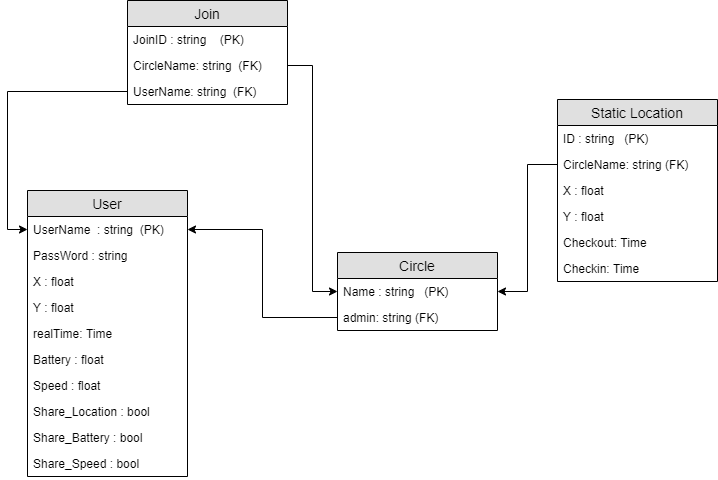
Earlier version of the draw.io export Design/DataBase.png (hoanganhgo/android). Source tidied: cells renumbered, new cells last; positions are measured from the earlier drawing's top-left corner, leaving out a move shared by most shapes. Its diagram source:
```xml
<mxGraphModel>
  <root>
    <mxCell id="0" />
    <mxCell id="1" parent="0" />
    <mxCell id="2" value="User" style="swimlane;fontStyle=0;horizontal=1;startSize=26;fillColor=#e0e0e0;swimlaneFillColor=#ffffff;align=center;fontSize=14;" parent="1" vertex="1">
      <mxGeometry y="190" width="160" height="286" as="geometry" />
    </mxCell>
    <mxCell id="3" value="UserName  : string  (PK)" style="text;strokeColor=none;fillColor=none;spacingLeft=4;spacingRight=4;overflow=hidden;points=[[0,0.5],[1,0.5]];portConstraint=eastwest;fontSize=12;" parent="2" vertex="1">
      <mxGeometry y="26" width="160" height="26" as="geometry" />
    </mxCell>
    <mxCell id="4" value="PassWord : string" style="text;strokeColor=none;fillColor=none;spacingLeft=4;spacingRight=4;overflow=hidden;fontSize=12;" parent="2" vertex="1">
      <mxGeometry y="52" width="160" height="26" as="geometry" />
    </mxCell>
    <mxCell id="5" value="X : float" style="text;strokeColor=none;fillColor=none;spacingLeft=4;spacingRight=4;overflow=hidden;fontSize=12;" parent="2" vertex="1">
      <mxGeometry y="78" width="160" height="26" as="geometry" />
    </mxCell>
    <mxCell id="6" value="Y : float" style="text;strokeColor=none;fillColor=none;spacingLeft=4;spacingRight=4;overflow=hidden;fontSize=12;" parent="2" vertex="1">
      <mxGeometry y="104" width="160" height="26" as="geometry" />
    </mxCell>
    <mxCell id="7" value="realTime: Time" style="text;strokeColor=none;fillColor=none;spacingLeft=4;spacingRight=4;overflow=hidden;fontSize=12;" parent="2" vertex="1">
      <mxGeometry y="130" width="160" height="26" as="geometry" />
    </mxCell>
    <mxCell id="8" value="Battery : float" style="text;strokeColor=none;fillColor=none;spacingLeft=4;spacingRight=4;overflow=hidden;fontSize=12;" parent="2" vertex="1">
      <mxGeometry y="156" width="160" height="26" as="geometry" />
    </mxCell>
    <mxCell id="9" value="Speed : float" style="text;strokeColor=none;fillColor=none;spacingLeft=4;spacingRight=4;overflow=hidden;fontSize=12;" parent="2" vertex="1">
      <mxGeometry y="182" width="160" height="26" as="geometry" />
    </mxCell>
    <mxCell id="10" value="Share_Location : bool" style="text;strokeColor=none;fillColor=none;spacingLeft=4;spacingRight=4;overflow=hidden;fontSize=12;" parent="2" vertex="1">
      <mxGeometry y="208" width="160" height="26" as="geometry" />
    </mxCell>
    <mxCell id="11" value="Share_Battery : bool" style="text;strokeColor=none;fillColor=none;spacingLeft=4;spacingRight=4;overflow=hidden;fontSize=12;" parent="2" vertex="1">
      <mxGeometry y="234" width="160" height="26" as="geometry" />
    </mxCell>
    <mxCell id="12" value="Share_Speed : bool" style="text;strokeColor=none;fillColor=none;spacingLeft=4;spacingRight=4;overflow=hidden;fontSize=12;" parent="2" vertex="1">
      <mxGeometry y="260" width="160" height="26" as="geometry" />
    </mxCell>
    <mxCell id="13" value="Circle" style="swimlane;fontStyle=0;horizontal=1;startSize=26;fillColor=#e0e0e0;swimlaneFillColor=#ffffff;align=center;fontSize=14;" parent="1" vertex="1">
      <mxGeometry x="310" y="252" width="160" height="78" as="geometry" />
    </mxCell>
    <mxCell id="14" value="Name : string   (PK)" style="text;strokeColor=none;fillColor=none;spacingLeft=4;spacingRight=4;overflow=hidden;points=[[0,0.5],[1,0.5]];portConstraint=eastwest;fontSize=12;" parent="13" vertex="1">
      <mxGeometry y="26" width="160" height="26" as="geometry" />
    </mxCell>
    <mxCell id="15" value="admin: string (FK)" style="text;strokeColor=none;fillColor=none;spacingLeft=4;spacingRight=4;overflow=hidden;points=[[0,0.5],[1,0.5]];portConstraint=eastwest;fontSize=12;" parent="13" vertex="1">
      <mxGeometry y="52" width="160" height="26" as="geometry" />
    </mxCell>
    <mxCell id="16" value="Join" style="swimlane;fontStyle=0;horizontal=1;startSize=26;fillColor=#e0e0e0;swimlaneFillColor=#ffffff;align=center;fontSize=14;" parent="1" vertex="1">
      <mxGeometry x="100" width="160" height="104" as="geometry" />
    </mxCell>
    <mxCell id="17" value="JoinID : string    (PK)" style="text;strokeColor=none;fillColor=none;spacingLeft=4;spacingRight=4;overflow=hidden;fontSize=12;" parent="16" vertex="1">
      <mxGeometry y="26" width="160" height="26" as="geometry" />
    </mxCell>
    <mxCell id="18" value="CircleName: string  (FK)" style="text;strokeColor=none;fillColor=none;spacingLeft=4;spacingRight=4;overflow=hidden;points=[[0,0.5],[1,0.5]];portConstraint=eastwest;fontSize=12;" parent="16" vertex="1">
      <mxGeometry y="52" width="160" height="26" as="geometry" />
    </mxCell>
    <mxCell id="19" value="UserName: string  (FK)" style="text;strokeColor=none;fillColor=none;spacingLeft=4;spacingRight=4;overflow=hidden;points=[[0,0.5],[1,0.5]];portConstraint=eastwest;fontSize=12;" parent="16" vertex="1">
      <mxGeometry y="78" width="160" height="26" as="geometry" />
    </mxCell>
    <mxCell id="20" style="edgeStyle=orthogonalEdgeStyle;rounded=0;jettySize=auto;html=1;entryX=1;entryY=0.5;entryDx=0;entryDy=0;" parent="1" edge="1" source="15" target="3">
      <mxGeometry relative="1" as="geometry" />
    </mxCell>
    <mxCell id="21" style="edgeStyle=orthogonalEdgeStyle;rounded=0;jettySize=auto;html=1;entryX=0;entryY=0.5;entryDx=0;entryDy=0;" parent="1" edge="1" source="18" target="14">
      <mxGeometry relative="1" as="geometry" />
    </mxCell>
    <mxCell id="22" style="edgeStyle=orthogonalEdgeStyle;rounded=0;jettySize=auto;html=1;entryX=0;entryY=0.5;entryDx=0;entryDy=0;" parent="1" edge="1" source="19" target="3">
      <mxGeometry relative="1" as="geometry" />
    </mxCell>
    <mxCell id="23" value="Static Location" style="swimlane;fontStyle=0;horizontal=1;startSize=26;fillColor=#e0e0e0;swimlaneFillColor=#ffffff;align=center;fontSize=14;" parent="1" vertex="1">
      <mxGeometry x="530" y="99" width="160" height="182" as="geometry" />
    </mxCell>
    <mxCell id="24" value="ID : string   (PK)" style="text;strokeColor=none;fillColor=none;spacingLeft=4;spacingRight=4;overflow=hidden;fontSize=12;" parent="23" vertex="1">
      <mxGeometry y="26" width="160" height="26" as="geometry" />
    </mxCell>
    <mxCell id="25" value="CircleName: string (FK)" style="text;strokeColor=none;fillColor=none;spacingLeft=4;spacingRight=4;overflow=hidden;points=[[0,0.5],[1,0.5]];portConstraint=eastwest;fontSize=12;" parent="23" vertex="1">
      <mxGeometry y="52" width="160" height="26" as="geometry" />
    </mxCell>
    <mxCell id="26" value="X : float" style="text;strokeColor=none;fillColor=none;spacingLeft=4;spacingRight=4;overflow=hidden;fontSize=12;" parent="23" vertex="1">
      <mxGeometry y="78" width="160" height="26" as="geometry" />
    </mxCell>
    <mxCell id="27" value="Y : float" style="text;strokeColor=none;fillColor=none;spacingLeft=4;spacingRight=4;overflow=hidden;fontSize=12;" parent="23" vertex="1">
      <mxGeometry y="104" width="160" height="26" as="geometry" />
    </mxCell>
    <mxCell id="28" value="Checkout: Time" style="text;strokeColor=none;fillColor=none;spacingLeft=4;spacingRight=4;overflow=hidden;fontSize=12;" parent="23" vertex="1">
      <mxGeometry y="130" width="160" height="26" as="geometry" />
    </mxCell>
    <mxCell id="29" value="Checkin: Time" style="text;strokeColor=none;fillColor=none;spacingLeft=4;spacingRight=4;overflow=hidden;fontSize=12;" parent="23" vertex="1">
      <mxGeometry y="156" width="160" height="26" as="geometry" />
    </mxCell>
    <mxCell id="30" style="edgeStyle=orthogonalEdgeStyle;rounded=0;jettySize=auto;html=1;entryX=1;entryY=0.5;entryDx=0;entryDy=0;" parent="1" edge="1" source="25" target="14">
      <mxGeometry relative="1" as="geometry" />
    </mxCell>
  </root>
</mxGraphModel>
```
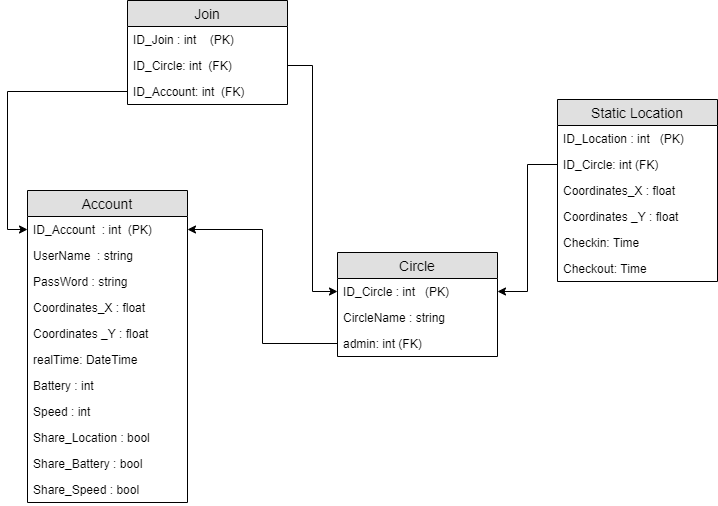
The same file after the commit.

What changed in the source:
```diff
@@ -2,90 +2,96 @@
   <root>
     <mxCell id="0" />
     <mxCell id="1" parent="0" />
-    <mxCell id="2" value="User" style="swimlane;fontStyle=0;horizontal=1;startSize=26;fillColor=#e0e0e0;swimlaneFillColor=#ffffff;align=center;fontSize=14;" parent="1" vertex="1">
-      <mxGeometry y="190" width="160" height="286" as="geometry" />
+    <mxCell id="2" value="Account" style="swimlane;fontStyle=0;horizontal=1;startSize=26;fillColor=#e0e0e0;swimlaneFillColor=#ffffff;align=center;fontSize=14;" parent="1" vertex="1">
+      <mxGeometry y="190" width="160" height="312" as="geometry" />
     </mxCell>
+    <mxCell id="31" value="ID_Account  : int  (PK)" style="text;strokeColor=none;fillColor=none;spacingLeft=4;spacingRight=4;overflow=hidden;points=[[0,0.5],[1,0.5]];portConstraint=eastwest;fontSize=12;" parent="2" vertex="1">
+      <mxGeometry y="26" width="160" height="26" as="geometry" />
+    </mxCell>
-    <mxCell id="3" value="UserName  : string  (PK)" style="text;strokeColor=none;fillColor=none;spacingLeft=4;spacingRight=4;overflow=hidden;points=[[0,0.5],[1,0.5]];portConstraint=eastwest;fontSize=12;" parent="2" vertex="1">
-      <mxGeometry y="26" width="160" height="26" as="geometry" />
+    <mxCell id="3" value="UserName  : string " style="text;strokeColor=none;fillColor=none;spacingLeft=4;spacingRight=4;overflow=hidden;points=[[0,0.5],[1,0.5]];portConstraint=eastwest;fontSize=12;" parent="2" vertex="1">
+      <mxGeometry y="52" width="160" height="26" as="geometry" />
     </mxCell>
     <mxCell id="4" value="PassWord : string" style="text;strokeColor=none;fillColor=none;spacingLeft=4;spacingRight=4;overflow=hidden;fontSize=12;" parent="2" vertex="1">
-      <mxGeometry y="52" width="160" height="26" as="geometry" />
+      <mxGeometry y="78" width="160" height="26" as="geometry" />
     </mxCell>
-    <mxCell id="5" value="X : float" style="text;strokeColor=none;fillColor=none;spacingLeft=4;spacingRight=4;overflow=hidden;fontSize=12;" parent="2" vertex="1">
-      <mxGeometry y="78" width="160" height="26" as="geometry" />
+    <mxCell id="5" value="Coordinates_X : float" style="text;strokeColor=none;fillColor=none;spacingLeft=4;spacingRight=4;overflow=hidden;fontSize=12;" parent="2" vertex="1">
+      <mxGeometry y="104" width="160" height="26" as="geometry" />
     </mxCell>
-    <mxCell id="6" value="Y : float" style="text;strokeColor=none;fillColor=none;spacingLeft=4;spacingRight=4;overflow=hidden;fontSize=12;" parent="2" vertex="1">
-      <mxGeometry y="104" width="160" height="26" as="geometry" />
+    <mxCell id="6" value="Coordinates _Y : float" style="text;strokeColor=none;fillColor=none;spacingLeft=4;spacingRight=4;overflow=hidden;fontSize=12;" parent="2" vertex="1">
+      <mxGeometry y="130" width="160" height="26" as="geometry" />
     </mxCell>
-    <mxCell id="7" value="realTime: Time" style="text;strokeColor=none;fillColor=none;spacingLeft=4;spacingRight=4;overflow=hidden;fontSize=12;" parent="2" vertex="1">
-      <mxGeometry y="130" width="160" height="26" as="geometry" />
+    <mxCell id="7" value="realTime: DateTime" style="text;strokeColor=none;fillColor=none;spacingLeft=4;spacingRight=4;overflow=hidden;fontSize=12;" parent="2" vertex="1">
+      <mxGeometry y="156" width="160" height="26" as="geometry" />
     </mxCell>
-    <mxCell id="8" value="Battery : float" style="text;strokeColor=none;fillColor=none;spacingLeft=4;spacingRight=4;overflow=hidden;fontSize=12;" parent="2" vertex="1">
-      <mxGeometry y="156" width="160" height="26" as="geometry" />
+    <mxCell id="8" value="Battery : int" style="text;strokeColor=none;fillColor=none;spacingLeft=4;spacingRight=4;overflow=hidden;fontSize=12;" parent="2" vertex="1">
+      <mxGeometry y="182" width="160" height="26" as="geometry" />
     </mxCell>
-    <mxCell id="9" value="Speed : float" style="text;strokeColor=none;fillColor=none;spacingLeft=4;spacingRight=4;overflow=hidden;fontSize=12;" parent="2" vertex="1">
-      <mxGeometry y="182" width="160" height="26" as="geometry" />
+    <mxCell id="9" value="Speed : int" style="text;strokeColor=none;fillColor=none;spacingLeft=4;spacingRight=4;overflow=hidden;fontSize=12;" parent="2" vertex="1">
+      <mxGeometry y="208" width="160" height="26" as="geometry" />
     </mxCell>
     <mxCell id="10" value="Share_Location : bool" style="text;strokeColor=none;fillColor=none;spacingLeft=4;spacingRight=4;overflow=hidden;fontSize=12;" parent="2" vertex="1">
-      <mxGeometry y="208" width="160" height="26" as="geometry" />
+      <mxGeometry y="234" width="160" height="26" as="geometry" />
     </mxCell>
     <mxCell id="11" value="Share_Battery : bool" style="text;strokeColor=none;fillColor=none;spacingLeft=4;spacingRight=4;overflow=hidden;fontSize=12;" parent="2" vertex="1">
-      <mxGeometry y="234" width="160" height="26" as="geometry" />
+      <mxGeometry y="260" width="160" height="26" as="geometry" />
     </mxCell>
     <mxCell id="12" value="Share_Speed : bool" style="text;strokeColor=none;fillColor=none;spacingLeft=4;spacingRight=4;overflow=hidden;fontSize=12;" parent="2" vertex="1">
-      <mxGeometry y="260" width="160" height="26" as="geometry" />
+      <mxGeometry y="286" width="160" height="26" as="geometry" />
     </mxCell>
     <mxCell id="13" value="Circle" style="swimlane;fontStyle=0;horizontal=1;startSize=26;fillColor=#e0e0e0;swimlaneFillColor=#ffffff;align=center;fontSize=14;" parent="1" vertex="1">
-      <mxGeometry x="310" y="252" width="160" height="78" as="geometry" />
+      <mxGeometry x="310" y="252" width="160" height="104" as="geometry" />
     </mxCell>
-    <mxCell id="14" value="Name : string   (PK)" style="text;strokeColor=none;fillColor=none;spacingLeft=4;spacingRight=4;overflow=hidden;points=[[0,0.5],[1,0.5]];portConstraint=eastwest;fontSize=12;" parent="13" vertex="1">
+    <mxCell id="14" value="ID_Circle : int   (PK)" style="text;strokeColor=none;fillColor=none;spacingLeft=4;spacingRight=4;overflow=hidden;points=[[0,0.5],[1,0.5]];portConstraint=eastwest;fontSize=12;" parent="13" vertex="1">
       <mxGeometry y="26" width="160" height="26" as="geometry" />
     </mxCell>
+    <mxCell id="32" value="CircleName : string " style="text;strokeColor=none;fillColor=none;spacingLeft=4;spacingRight=4;overflow=hidden;fontSize=12;" parent="13" vertex="1">
+      <mxGeometry y="52" width="160" height="26" as="geometry" />
+    </mxCell>
-    <mxCell id="15" value="admin: string (FK)" style="text;strokeColor=none;fillColor=none;spacingLeft=4;spacingRight=4;overflow=hidden;points=[[0,0.5],[1,0.5]];portConstraint=eastwest;fontSize=12;" parent="13" vertex="1">
-      <mxGeometry y="52" width="160" height="26" as="geometry" />
+    <mxCell id="15" value="admin: int (FK)" style="text;strokeColor=none;fillColor=none;spacingLeft=4;spacingRight=4;overflow=hidden;points=[[0,0.5],[1,0.5]];portConstraint=eastwest;fontSize=12;" parent="13" vertex="1">
+      <mxGeometry y="78" width="160" height="26" as="geometry" />
     </mxCell>
     <mxCell id="16" value="Join" style="swimlane;fontStyle=0;horizontal=1;startSize=26;fillColor=#e0e0e0;swimlaneFillColor=#ffffff;align=center;fontSize=14;" parent="1" vertex="1">
       <mxGeometry x="100" width="160" height="104" as="geometry" />
     </mxCell>
-    <mxCell id="17" value="JoinID : string    (PK)" style="text;strokeColor=none;fillColor=none;spacingLeft=4;spacingRight=4;overflow=hidden;fontSize=12;" parent="16" vertex="1">
+    <mxCell id="17" value="ID_Join : int    (PK)" style="text;strokeColor=none;fillColor=none;spacingLeft=4;spacingRight=4;overflow=hidden;fontSize=12;" parent="16" vertex="1">
       <mxGeometry y="26" width="160" height="26" as="geometry" />
     </mxCell>
-    <mxCell id="18" value="CircleName: string  (FK)" style="text;strokeColor=none;fillColor=none;spacingLeft=4;spacingRight=4;overflow=hidden;points=[[0,0.5],[1,0.5]];portConstraint=eastwest;fontSize=12;" parent="16" vertex="1">
+    <mxCell id="18" value="ID_Circle: int  (FK)" style="text;strokeColor=none;fillColor=none;spacingLeft=4;spacingRight=4;overflow=hidden;points=[[0,0.5],[1,0.5]];portConstraint=eastwest;fontSize=12;" parent="16" vertex="1">
       <mxGeometry y="52" width="160" height="26" as="geometry" />
     </mxCell>
-    <mxCell id="19" value="UserName: string  (FK)" style="text;strokeColor=none;fillColor=none;spacingLeft=4;spacingRight=4;overflow=hidden;points=[[0,0.5],[1,0.5]];portConstraint=eastwest;fontSize=12;" parent="16" vertex="1">
+    <mxCell id="19" value="ID_Account: int  (FK)" style="text;strokeColor=none;fillColor=none;spacingLeft=4;spacingRight=4;overflow=hidden;points=[[0,0.5],[1,0.5]];portConstraint=eastwest;fontSize=12;" parent="16" vertex="1">
       <mxGeometry y="78" width="160" height="26" as="geometry" />
     </mxCell>
-    <mxCell id="20" style="edgeStyle=orthogonalEdgeStyle;rounded=0;jettySize=auto;html=1;entryX=1;entryY=0.5;entryDx=0;entryDy=0;" parent="1" edge="1" source="15" target="3">
+    <mxCell id="20" style="edgeStyle=orthogonalEdgeStyle;rounded=0;jettySize=auto;html=1;entryX=1;entryY=0.5;entryDx=0;entryDy=0;" parent="1" edge="1" source="15" target="31">
       <mxGeometry relative="1" as="geometry" />
     </mxCell>
     <mxCell id="21" style="edgeStyle=orthogonalEdgeStyle;rounded=0;jettySize=auto;html=1;entryX=0;entryY=0.5;entryDx=0;entryDy=0;" parent="1" edge="1" source="18" target="14">
       <mxGeometry relative="1" as="geometry" />
     </mxCell>
-    <mxCell id="22" style="edgeStyle=orthogonalEdgeStyle;rounded=0;jettySize=auto;html=1;entryX=0;entryY=0.5;entryDx=0;entryDy=0;" parent="1" edge="1" source="19" target="3">
+    <mxCell id="22" style="edgeStyle=orthogonalEdgeStyle;rounded=0;jettySize=auto;html=1;entryX=0;entryY=0.5;entryDx=0;entryDy=0;" parent="1" edge="1" source="19" target="31">
       <mxGeometry relative="1" as="geometry" />
     </mxCell>
     <mxCell id="23" value="Static Location" style="swimlane;fontStyle=0;horizontal=1;startSize=26;fillColor=#e0e0e0;swimlaneFillColor=#ffffff;align=center;fontSize=14;" parent="1" vertex="1">
       <mxGeometry x="530" y="99" width="160" height="182" as="geometry" />
     </mxCell>
-    <mxCell id="24" value="ID : string   (PK)" style="text;strokeColor=none;fillColor=none;spacingLeft=4;spacingRight=4;overflow=hidden;fontSize=12;" parent="23" vertex="1">
+    <mxCell id="24" value="ID_Location : int   (PK)" style="text;strokeColor=none;fillColor=none;spacingLeft=4;spacingRight=4;overflow=hidden;fontSize=12;" parent="23" vertex="1">
       <mxGeometry y="26" width="160" height="26" as="geometry" />
     </mxCell>
-    <mxCell id="25" value="CircleName: string (FK)" style="text;strokeColor=none;fillColor=none;spacingLeft=4;spacingRight=4;overflow=hidden;points=[[0,0.5],[1,0.5]];portConstraint=eastwest;fontSize=12;" parent="23" vertex="1">
+    <mxCell id="25" value="ID_Circle: int (FK)" style="text;strokeColor=none;fillColor=none;spacingLeft=4;spacingRight=4;overflow=hidden;points=[[0,0.5],[1,0.5]];portConstraint=eastwest;fontSize=12;" parent="23" vertex="1">
       <mxGeometry y="52" width="160" height="26" as="geometry" />
     </mxCell>
-    <mxCell id="26" value="X : float" style="text;strokeColor=none;fillColor=none;spacingLeft=4;spacingRight=4;overflow=hidden;fontSize=12;" parent="23" vertex="1">
-      <mxGeometry y="78" width="160" height="26" as="geometry" />
-    </mxCell>
-    <mxCell id="27" value="Y : float" style="text;strokeColor=none;fillColor=none;spacingLeft=4;spacingRight=4;overflow=hidden;fontSize=12;" parent="23" vertex="1">
-      <mxGeometry y="104" width="160" height="26" as="geometry" />
-    </mxCell>
+    <mxCell id="33" value="Coordinates_X : float" style="text;strokeColor=none;fillColor=none;spacingLeft=4;spacingRight=4;overflow=hidden;fontSize=12;" parent="23" vertex="1">
+      <mxGeometry y="78" width="160" height="26" as="geometry" />
+    </mxCell>
+    <mxCell id="34" value="Coordinates _Y : float" style="text;strokeColor=none;fillColor=none;spacingLeft=4;spacingRight=4;overflow=hidden;fontSize=12;" parent="23" vertex="1">
+      <mxGeometry y="104" width="160" height="26" as="geometry" />
+    </mxCell>
+    <mxCell id="29" value="Checkin: Time" style="text;strokeColor=none;fillColor=none;spacingLeft=4;spacingRight=4;overflow=hidden;fontSize=12;" parent="23" vertex="1">
+      <mxGeometry y="130" width="160" height="26" as="geometry" />
+    </mxCell>
     <mxCell id="28" value="Checkout: Time" style="text;strokeColor=none;fillColor=none;spacingLeft=4;spacingRight=4;overflow=hidden;fontSize=12;" parent="23" vertex="1">
-      <mxGeometry y="130" width="160" height="26" as="geometry" />
+      <mxGeometry y="156" width="160" height="26" as="geometry" />
     </mxCell>
-    <mxCell id="29" value="Checkin: Time" style="text;strokeColor=none;fillColor=none;spacingLeft=4;spacingRight=4;overflow=hidden;fontSize=12;" parent="23" vertex="1">
-      <mxGeometry y="156" width="160" height="26" as="geometry" />
-    </mxCell>
     <mxCell id="30" style="edgeStyle=orthogonalEdgeStyle;rounded=0;jettySize=auto;html=1;entryX=1;entryY=0.5;entryDx=0;entryDy=0;" parent="1" edge="1" source="25" target="14">
       <mxGeometry relative="1" as="geometry" />
     </mxCell>
```
